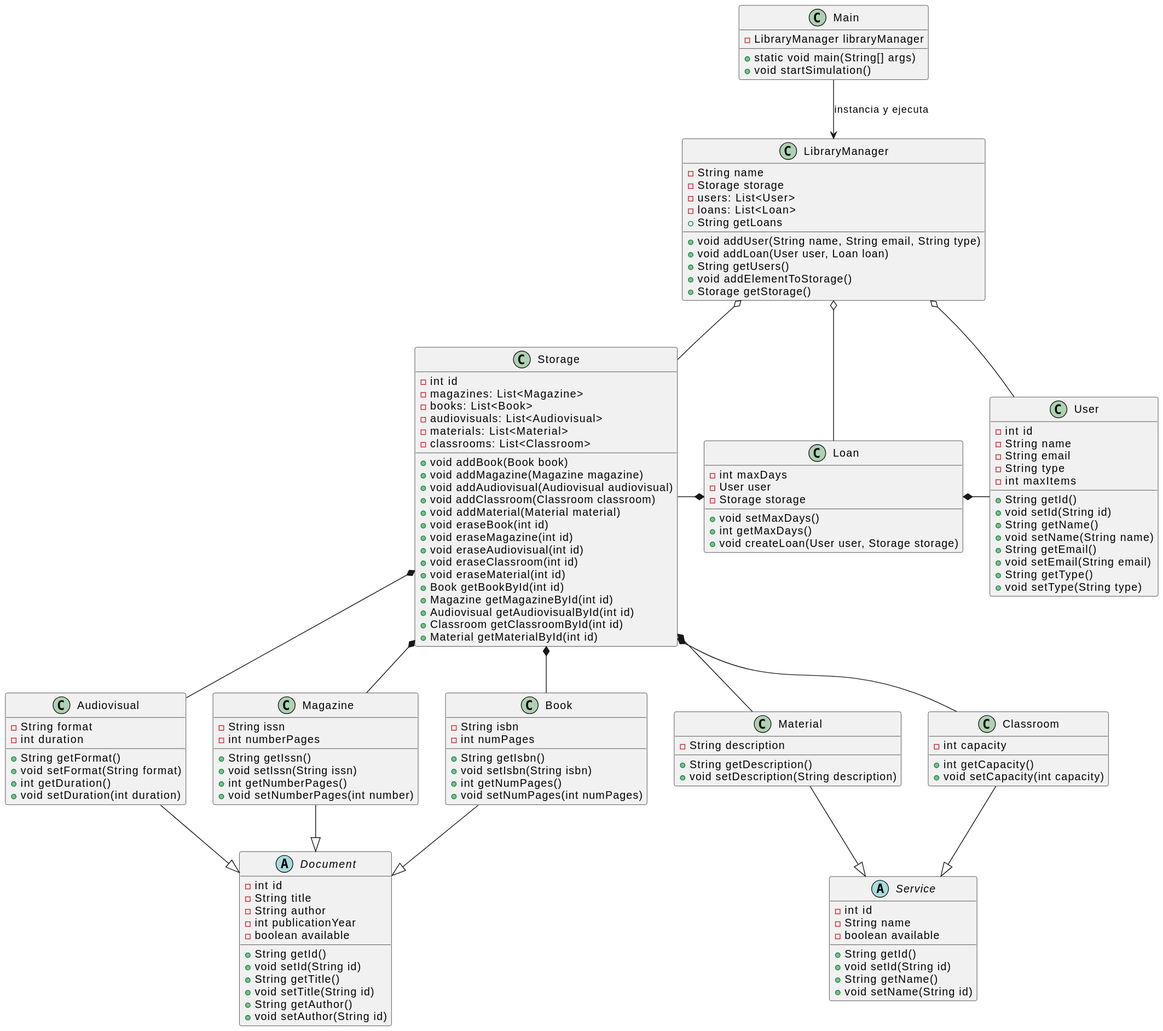
Before: images/modelosUML/DiagramaDeClases.svg, a diagram exported from PlantUML (sara-patino/24-25-IdSw2-SDD).
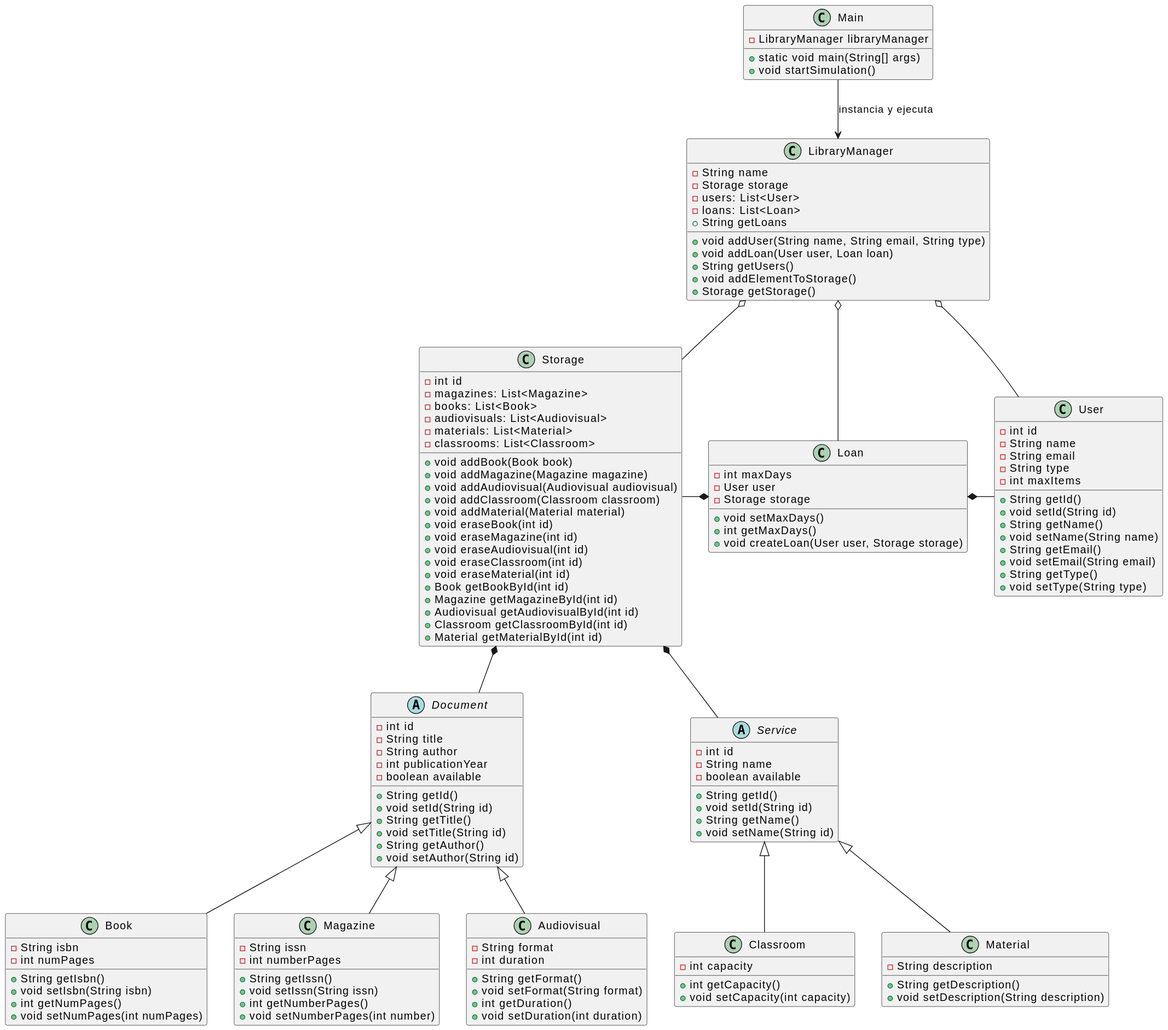
Above is the later version.

Commit message:
cambio en diagrama de clases

What changed in the source:
```diff
@@ -5,16 +5,14 @@
 LibraryManager o-- Loan
 Storage -right-* Loan
 Loan *-right- User
-Storage *-- Book
-Storage *-- Magazine
-Storage *-- Material
-Storage *-- Classroom
-Storage *-- Audiovisual
-Service <|-up- Classroom
-Service <|-up- Material
-Document <|-up- Book
-Document <|-up- Magazine
-Document <|-up- Audiovisual
+Storage *-- Document
+Storage *-- Service
+
+Service <|-- Classroom
+Service <|-- Material
+Document <|-- Book
+Document <|-- Magazine
+Document <|-- Audiovisual
 
 class Material {
     -String description
```
